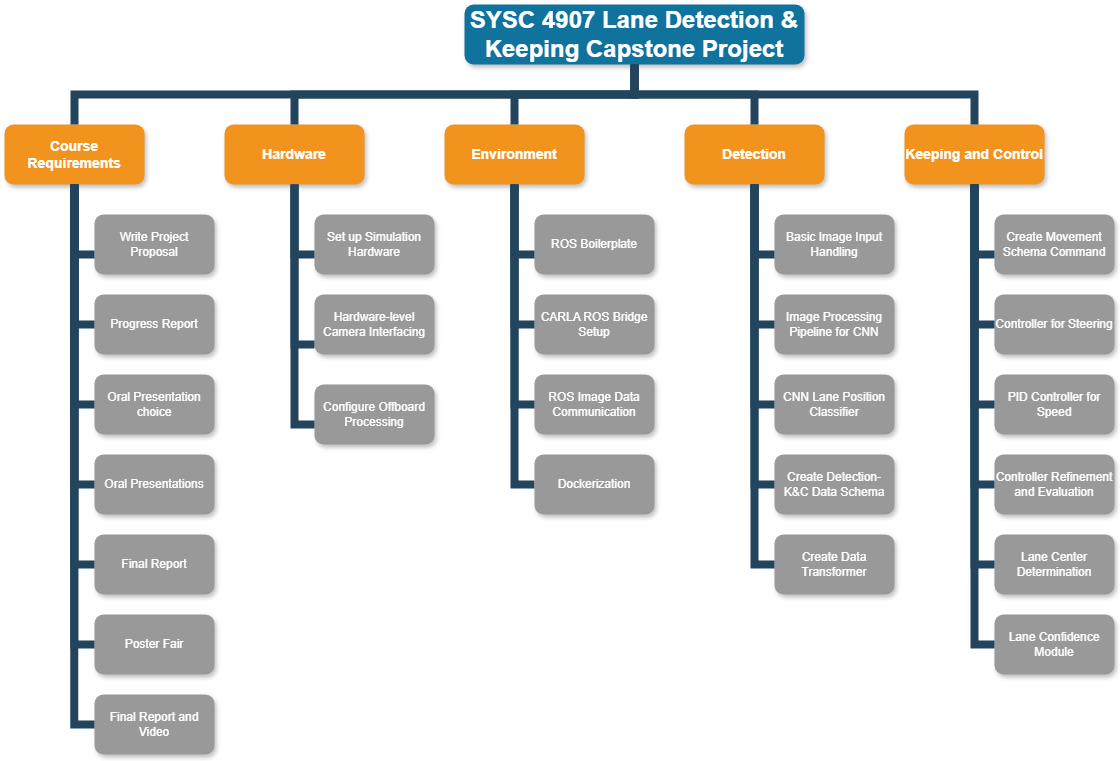
Above: doc/report/images/wbs.png in 110Percent/lane-detection-keeping (draw.io), before the change. Source tidied: cells renumbered, new cells last; positions are measured from the earlier drawing's top-left corner, leaving out a move shared by most shapes.
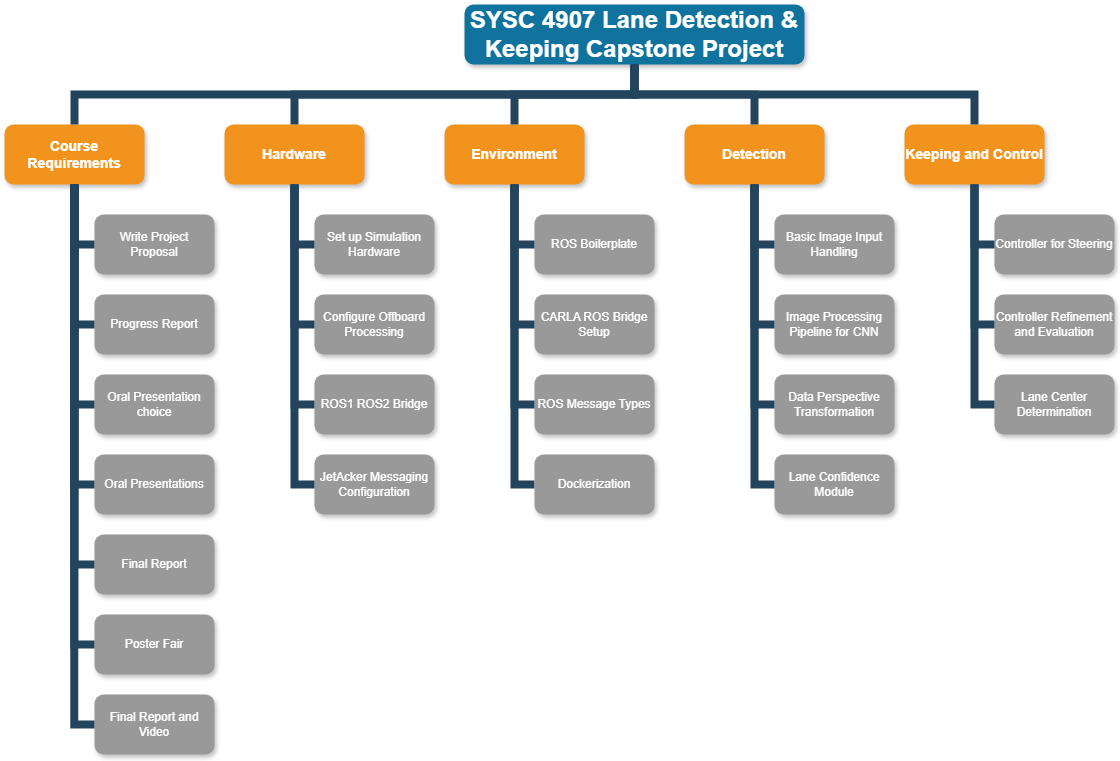
Later version of the same file.

Diff of the diagram source:
```diff
@@ -54,7 +54,7 @@
       <mxGeometry relative="1" as="geometry">
         <mxPoint x="70" y="180" as="sourcePoint" />
         <Array as="points">
-          <mxPoint x="70" y="250" />
+          <mxPoint x="70" y="240" />
         </Array>
       </mxGeometry>
     </mxCell>
@@ -93,36 +93,26 @@
     <mxCell id="23" value="Set up Simulation Hardware" style="whiteSpace=wrap;rounded=1;fillColor=#999999;strokeColor=none;shadow=1;fontColor=#FFFFFF;fontStyle=0;" parent="1" vertex="1">
       <mxGeometry x="310" y="210" width="120" height="60" as="geometry" />
     </mxCell>
-    <mxCell id="24" value="Hardware-level Camera Interfacing" style="whiteSpace=wrap;rounded=1;fillColor=#999999;strokeColor=none;shadow=1;fontColor=#FFFFFF;fontStyle=0;" parent="1" vertex="1">
-      <mxGeometry x="310" y="290" width="120" height="60" as="geometry" />
-    </mxCell>
     <mxCell id="25" style="edgeStyle=elbowEdgeStyle;elbow=horizontal;rounded=0;fontColor=#000000;endArrow=none;endFill=0;strokeWidth=8;strokeColor=#23445D;" parent="1" edge="1" source="4" target="23">
       <mxGeometry relative="1" as="geometry">
         <Array as="points">
-          <mxPoint x="290" y="250" />
+          <mxPoint x="290" y="240" />
         </Array>
       </mxGeometry>
     </mxCell>
-    <mxCell id="26" style="edgeStyle=elbowEdgeStyle;elbow=horizontal;rounded=0;fontColor=#000000;endArrow=none;endFill=0;strokeWidth=8;strokeColor=#23445D;" parent="1" edge="1" source="4" target="24">
-      <mxGeometry relative="1" as="geometry">
-        <Array as="points">
-          <mxPoint x="290" y="340" />
-        </Array>
-      </mxGeometry>
-    </mxCell>
     <mxCell id="27" value="ROS Boilerplate" style="whiteSpace=wrap;rounded=1;fillColor=#999999;strokeColor=none;shadow=1;fontColor=#FFFFFF;fontStyle=0;" parent="1" vertex="1">
       <mxGeometry x="530" y="210" width="120" height="60" as="geometry" />
     </mxCell>
     <mxCell id="28" value="CARLA ROS Bridge Setup" style="whiteSpace=wrap;rounded=1;fillColor=#999999;strokeColor=none;shadow=1;fontColor=#FFFFFF;fontStyle=0;" parent="1" vertex="1">
       <mxGeometry x="530" y="290" width="120" height="60" as="geometry" />
     </mxCell>
-    <mxCell id="29" value="ROS Image Data Communication" style="whiteSpace=wrap;rounded=1;fillColor=#999999;strokeColor=none;shadow=1;fontColor=#FFFFFF;fontStyle=0;" parent="1" vertex="1">
+    <mxCell id="29" value="ROS Message Types" style="whiteSpace=wrap;rounded=1;fillColor=#999999;strokeColor=none;shadow=1;fontColor=#FFFFFF;fontStyle=0;" parent="1" vertex="1">
       <mxGeometry x="530" y="370" width="120" height="60" as="geometry" />
     </mxCell>
     <mxCell id="30" style="edgeStyle=elbowEdgeStyle;elbow=horizontal;rounded=0;fontColor=#000000;endArrow=none;endFill=0;strokeWidth=8;strokeColor=#23445D;" parent="1" edge="1" source="6" target="27">
       <mxGeometry relative="1" as="geometry">
         <Array as="points">
-          <mxPoint x="510" y="250" />
+          <mxPoint x="510" y="240" />
         </Array>
       </mxGeometry>
     </mxCell>
@@ -146,19 +136,13 @@
     <mxCell id="34" value="Image Processing Pipeline for CNN" style="whiteSpace=wrap;rounded=1;fillColor=#999999;strokeColor=none;shadow=1;fontColor=#FFFFFF;fontStyle=0;" parent="1" vertex="1">
       <mxGeometry x="770" y="290" width="120" height="60" as="geometry" />
     </mxCell>
-    <mxCell id="35" value="CNN Lane Position Classifier" style="whiteSpace=wrap;rounded=1;fillColor=#999999;strokeColor=none;shadow=1;fontColor=#FFFFFF;fontStyle=0;" parent="1" vertex="1">
-      <mxGeometry x="770" y="370" width="120" height="60" as="geometry" />
-    </mxCell>
     <mxCell id="36" value="Lane Center Determination" style="whiteSpace=wrap;rounded=1;fillColor=#999999;strokeColor=none;shadow=1;fontColor=#FFFFFF;fontStyle=0;" parent="1" vertex="1">
-      <mxGeometry x="990" y="530" width="120" height="60" as="geometry" />
+      <mxGeometry x="990" y="370" width="120" height="60" as="geometry" />
     </mxCell>
-    <mxCell id="37" value="Create Detection-K&amp;C Data Schema" style="whiteSpace=wrap;rounded=1;fillColor=#999999;strokeColor=none;shadow=1;fontColor=#FFFFFF;fontStyle=0;" parent="1" vertex="1">
-      <mxGeometry x="770" y="450" width="120" height="60" as="geometry" />
-    </mxCell>
     <mxCell id="38" style="edgeStyle=elbowEdgeStyle;elbow=horizontal;rounded=0;fontColor=#000000;endArrow=none;endFill=0;strokeWidth=8;strokeColor=#23445D;" parent="1" edge="1" source="7" target="33">
       <mxGeometry relative="1" as="geometry">
         <Array as="points">
-          <mxPoint x="750" y="250" />
+          <mxPoint x="750" y="240" />
         </Array>
       </mxGeometry>
     </mxCell>
@@ -169,13 +153,6 @@
         </Array>
       </mxGeometry>
     </mxCell>
-    <mxCell id="40" style="edgeStyle=elbowEdgeStyle;elbow=horizontal;rounded=0;fontColor=#000000;endArrow=none;endFill=0;strokeWidth=8;strokeColor=#23445D;" parent="1" edge="1" source="7" target="37">
-      <mxGeometry relative="1" as="geometry">
-        <Array as="points">
-          <mxPoint x="750" y="410" />
-        </Array>
-      </mxGeometry>
-    </mxCell>
     <mxCell id="41" style="edgeStyle=elbowEdgeStyle;elbow=horizontal;rounded=0;fontColor=#000000;endArrow=none;endFill=0;strokeWidth=8;strokeColor=#23445D;" parent="1" edge="1" source="5" target="36">
       <mxGeometry relative="1" as="geometry">
         <Array as="points">
@@ -183,53 +160,26 @@
         </Array>
       </mxGeometry>
     </mxCell>
-    <mxCell id="42" style="edgeStyle=elbowEdgeStyle;elbow=horizontal;rounded=0;fontColor=#000000;endArrow=none;endFill=0;strokeWidth=8;strokeColor=#23445D;" parent="1" edge="1" source="7" target="35">
-      <mxGeometry relative="1" as="geometry">
-        <Array as="points">
-          <mxPoint x="750" y="340" />
-        </Array>
-      </mxGeometry>
-    </mxCell>
-    <mxCell id="43" value="Create Movement Schema Command" style="whiteSpace=wrap;rounded=1;fillColor=#999999;strokeColor=none;shadow=1;fontColor=#FFFFFF;fontStyle=0;" parent="1" vertex="1">
-      <mxGeometry x="990" y="210" width="120" height="60" as="geometry" />
-    </mxCell>
     <mxCell id="44" value="Controller for Steering" style="whiteSpace=wrap;rounded=1;fillColor=#999999;strokeColor=none;shadow=1;fontColor=#FFFFFF;fontStyle=0;" parent="1" vertex="1">
-      <mxGeometry x="990" y="290" width="120" height="60" as="geometry" />
+      <mxGeometry x="990" y="210" width="120" height="60" as="geometry" />
     </mxCell>
-    <mxCell id="45" value="PID Controller for Speed" style="whiteSpace=wrap;rounded=1;fillColor=#999999;strokeColor=none;shadow=1;fontColor=#FFFFFF;fontStyle=0;" parent="1" vertex="1">
-      <mxGeometry x="990" y="370" width="120" height="60" as="geometry" />
-    </mxCell>
     <mxCell id="46" value="Controller Refinement and Evaluation" style="whiteSpace=wrap;rounded=1;fillColor=#999999;strokeColor=none;shadow=1;fontColor=#FFFFFF;fontStyle=0;" parent="1" vertex="1">
-      <mxGeometry x="990" y="450" width="120" height="60" as="geometry" />
+      <mxGeometry x="990" y="290" width="120" height="60" as="geometry" />
     </mxCell>
-    <mxCell id="47" style="edgeStyle=elbowEdgeStyle;elbow=horizontal;rounded=0;fontColor=#000000;endArrow=none;endFill=0;strokeWidth=8;strokeColor=#23445D;" parent="1" edge="1" source="5" target="43">
-      <mxGeometry relative="1" as="geometry">
-        <Array as="points">
-          <mxPoint x="970" y="250" />
-        </Array>
-      </mxGeometry>
-    </mxCell>
     <mxCell id="48" style="edgeStyle=elbowEdgeStyle;elbow=horizontal;rounded=0;fontColor=#000000;endArrow=none;endFill=0;strokeWidth=8;strokeColor=#23445D;" parent="1" edge="1" source="5" target="44">
       <mxGeometry relative="1" as="geometry">
         <Array as="points">
-          <mxPoint x="970" y="290" />
+          <mxPoint x="970" y="240" />
         </Array>
       </mxGeometry>
     </mxCell>
     <mxCell id="49" style="edgeStyle=elbowEdgeStyle;elbow=horizontal;rounded=0;fontColor=#000000;endArrow=none;endFill=0;strokeWidth=8;strokeColor=#23445D;" parent="1" edge="1" source="5" target="46">
       <mxGeometry relative="1" as="geometry">
         <Array as="points">
-          <mxPoint x="970" y="370" />
+          <mxPoint x="970" y="320" />
         </Array>
       </mxGeometry>
     </mxCell>
-    <mxCell id="50" style="edgeStyle=elbowEdgeStyle;elbow=horizontal;rounded=0;fontColor=#000000;endArrow=none;endFill=0;strokeWidth=8;strokeColor=#23445D;" parent="1" edge="1" source="5" target="45">
-      <mxGeometry relative="1" as="geometry">
-        <Array as="points">
-          <mxPoint x="970" y="340" />
-        </Array>
-      </mxGeometry>
-    </mxCell>
     <mxCell id="51" value="Poster Fair" style="whiteSpace=wrap;rounded=1;fillColor=#999999;strokeColor=none;shadow=1;fontColor=#FFFFFF;fontStyle=0;" parent="1" vertex="1">
       <mxGeometry x="90" y="610" width="120" height="60" as="geometry" />
     </mxCell>
@@ -244,9 +194,8 @@
     <mxCell id="53" value="Final Report and Video" style="whiteSpace=wrap;rounded=1;fillColor=#999999;strokeColor=none;shadow=1;fontColor=#FFFFFF;fontStyle=0;" parent="1" vertex="1">
       <mxGeometry x="90" y="690" width="120" height="60" as="geometry" />
     </mxCell>
-    <mxCell id="54" style="edgeStyle=elbowEdgeStyle;elbow=horizontal;rounded=0;fontColor=#000000;endArrow=none;endFill=0;strokeWidth=8;strokeColor=#23445D;" parent="1" edge="1" target="53">
+    <mxCell id="54" style="edgeStyle=elbowEdgeStyle;elbow=horizontal;rounded=0;fontColor=#000000;endArrow=none;endFill=0;strokeWidth=8;strokeColor=#23445D;" parent="1" edge="1" source="3" target="53">
       <mxGeometry relative="1" as="geometry">
-        <mxPoint x="69.8" y="190" as="sourcePoint" />
         <Array as="points">
           <mxPoint x="69.8" y="430" />
         </Array>
@@ -263,34 +212,54 @@
       </mxGeometry>
     </mxCell>
     <mxCell id="57" value="Configure Offboard Processing" style="whiteSpace=wrap;rounded=1;fillColor=#999999;strokeColor=none;shadow=1;fontColor=#FFFFFF;fontStyle=0;" parent="1" vertex="1">
-      <mxGeometry x="310" y="380" width="120" height="60" as="geometry" />
+      <mxGeometry x="310" y="290" width="120" height="60" as="geometry" />
     </mxCell>
     <mxCell id="58" style="edgeStyle=elbowEdgeStyle;elbow=horizontal;rounded=0;fontColor=#000000;endArrow=none;endFill=0;strokeWidth=8;strokeColor=#23445D;" parent="1" edge="1" source="4" target="57">
       <mxGeometry relative="1" as="geometry">
         <Array as="points">
-          <mxPoint x="290" y="420" />
+          <mxPoint x="290" y="320" />
         </Array>
       </mxGeometry>
     </mxCell>
-    <mxCell id="59" value="Create Data Transformer" style="whiteSpace=wrap;rounded=1;fillColor=#999999;strokeColor=none;shadow=1;fontColor=#FFFFFF;fontStyle=0;" parent="1" vertex="1">
-      <mxGeometry x="770" y="530" width="120" height="60" as="geometry" />
+    <mxCell id="59" value="Data Perspective Transformation" style="whiteSpace=wrap;rounded=1;fillColor=#999999;strokeColor=none;shadow=1;fontColor=#FFFFFF;fontStyle=0;" parent="1" vertex="1">
+      <mxGeometry x="770" y="370" width="120" height="60" as="geometry" />
     </mxCell>
     <mxCell id="60" style="edgeStyle=elbowEdgeStyle;elbow=horizontal;rounded=0;fontColor=#000000;endArrow=none;endFill=0;strokeWidth=8;strokeColor=#23445D;" parent="1" edge="1" source="7" target="59">
       <mxGeometry relative="1" as="geometry">
         <Array as="points">
-          <mxPoint x="750" y="420" />
+          <mxPoint x="750" y="400" />
         </Array>
       </mxGeometry>
     </mxCell>
     <mxCell id="61" value="Lane Confidence Module" style="whiteSpace=wrap;rounded=1;fillColor=#999999;strokeColor=none;shadow=1;fontColor=#FFFFFF;fontStyle=0;" parent="1" vertex="1">
-      <mxGeometry x="990" y="610" width="120" height="60" as="geometry" />
+      <mxGeometry x="770" y="450" width="120" height="60" as="geometry" />
     </mxCell>
-    <mxCell id="62" style="edgeStyle=elbowEdgeStyle;elbow=horizontal;rounded=0;fontColor=#000000;endArrow=none;endFill=0;strokeWidth=8;strokeColor=#23445D;" parent="1" edge="1" source="5" target="61">
+    <mxCell id="62" style="edgeStyle=elbowEdgeStyle;elbow=horizontal;rounded=0;fontColor=#000000;endArrow=none;endFill=0;strokeWidth=8;strokeColor=#23445D;" parent="1" edge="1" source="7" target="61">
       <mxGeometry relative="1" as="geometry">
         <Array as="points">
-          <mxPoint x="970" y="380" />
+          <mxPoint x="750" y="360" />
         </Array>
       </mxGeometry>
     </mxCell>
+    <mxCell id="63" value="ROS1 ROS2 Bridge" style="whiteSpace=wrap;rounded=1;fillColor=#999999;strokeColor=none;shadow=1;fontColor=#FFFFFF;fontStyle=0;" parent="1" vertex="1">
+      <mxGeometry x="310" y="370" width="120" height="60" as="geometry" />
+    </mxCell>
+    <mxCell id="64" style="edgeStyle=elbowEdgeStyle;elbow=horizontal;rounded=0;fontColor=#000000;endArrow=none;endFill=0;strokeWidth=8;strokeColor=#23445D;" parent="1" edge="1" source="4" target="63">
+      <mxGeometry relative="1" as="geometry">
+        <Array as="points">
+          <mxPoint x="290" y="330" />
+        </Array>
+      </mxGeometry>
+    </mxCell>
+    <mxCell id="65" value="JetAcker Messaging Configuration" style="whiteSpace=wrap;rounded=1;fillColor=#999999;strokeColor=none;shadow=1;fontColor=#FFFFFF;fontStyle=0;" parent="1" vertex="1">
+      <mxGeometry x="310" y="450" width="120" height="60" as="geometry" />
+    </mxCell>
+    <mxCell id="66" style="edgeStyle=elbowEdgeStyle;elbow=horizontal;rounded=0;fontColor=#000000;endArrow=none;endFill=0;strokeWidth=8;strokeColor=#23445D;" parent="1" edge="1" source="4" target="65">
+      <mxGeometry relative="1" as="geometry">
+        <Array as="points">
+          <mxPoint x="290" y="340" />
+        </Array>
+      </mxGeometry>
+    </mxCell>
   </root>
 </mxGraphModel>
```
